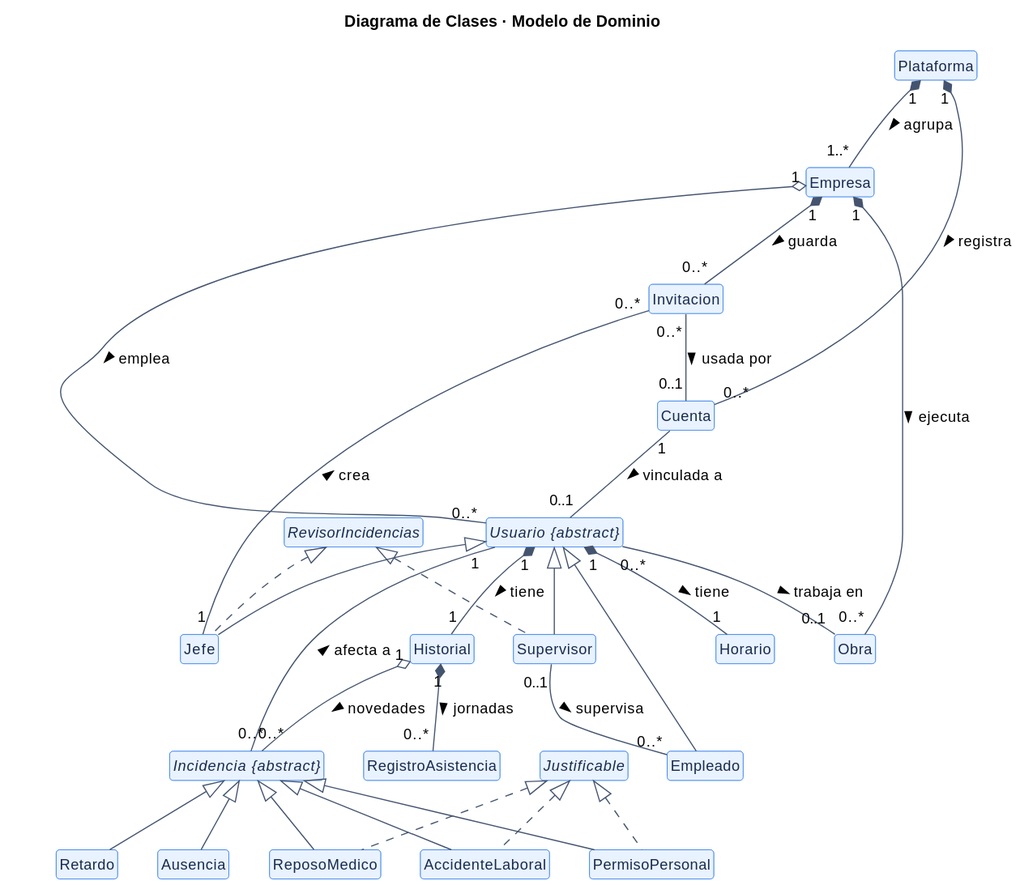
Above: docs/diagramas/img/clases_dominio.svg in diavolo34/Proyecto-Poo (PlantUML), before the change.
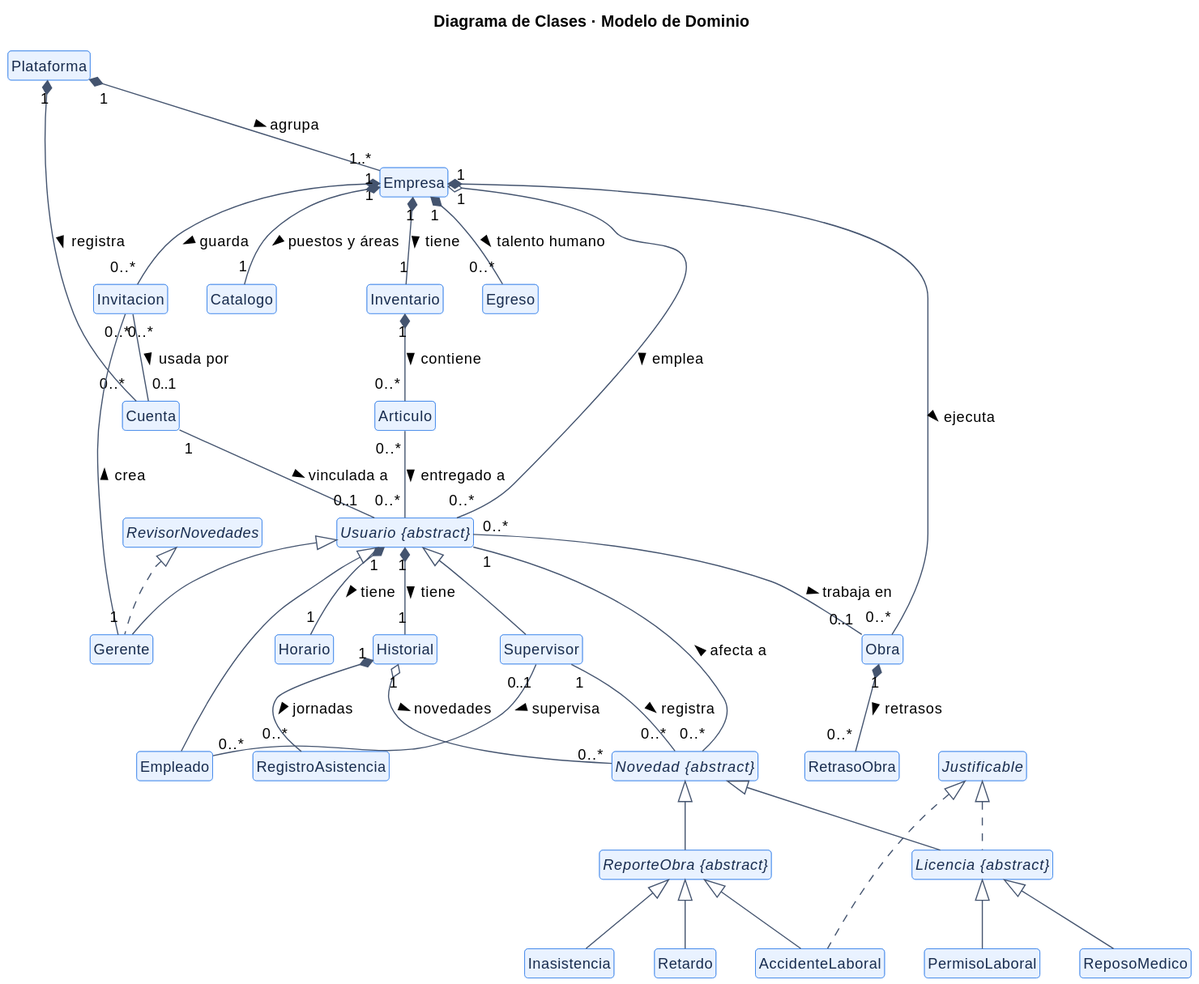
The same file after the commit.

Change to the diagram source:
```diff
@@ -12,18 +12,25 @@
 abstract class "Usuario {abstract}" as Usuario
 class Empleado
 class Supervisor
-class Jefe
+class Gerente
 class Horario
 class Historial
 class RegistroAsistencia
-abstract class "Incidencia {abstract}" as Incidencia
+abstract class "Novedad {abstract}" as Novedad
+abstract class "Licencia {abstract}" as Licencia
+abstract class "ReporteObra {abstract}" as ReporteObra
+class PermisoLaboral
 class ReposoMedico
-class PermisoPersonal
 class Retardo
 class AccidenteLaboral
-class Ausencia
+class Inasistencia
 interface Justificable
-interface RevisorIncidencias
+interface RevisorNovedades
+class Catalogo
+class Inventario
+class Articulo
+class Egreso
+class RetrasoObra
 
 Plataforma "1" *-- "1..*" Empresa : agrupa >
 Plataforma "1" *-- "0..*" Cuenta : registra >
@@ -32,25 +39,32 @@
 Empresa "1" *-- "0..*" Invitacion : guarda >
 Usuario <|-- Empleado
 Usuario <|-- Supervisor
-Usuario <|-- Jefe
+Usuario <|-- Gerente
 Usuario "1" *-- "1" Horario : tiene >
 Usuario "1" *-- "1" Historial : tiene >
 Historial "1" *-- "0..*" RegistroAsistencia : jornadas >
-Historial "1" o-- "0..*" Incidencia : novedades >
+Historial "1" o-- "0..*" Novedad : novedades >
 Usuario "0..*" -- "0..1" Obra : trabaja en >
 Supervisor "0..1" -- "0..*" Empleado : supervisa >
 Cuenta "1" -- "0..1" Usuario : vinculada a >
-Jefe "1" -- "0..*" Invitacion : crea >
+Gerente "1" -- "0..*" Invitacion : crea >
 Invitacion "0..*" -- "0..1" Cuenta : usada por >
-Incidencia "0..*" -- "1" Usuario : afecta a >
-Incidencia <|-- ReposoMedico
-Incidencia <|-- PermisoPersonal
-Incidencia <|-- Retardo
-Incidencia <|-- AccidenteLaboral
-Incidencia <|-- Ausencia
-Justificable <|.. ReposoMedico
-Justificable <|.. PermisoPersonal
+Novedad "0..*" -- "1" Usuario : afecta a >
+Novedad <|-- Licencia
+Novedad <|-- ReporteObra
+Licencia <|-- PermisoLaboral
+Licencia <|-- ReposoMedico
+ReporteObra <|-- Retardo
+ReporteObra <|-- AccidenteLaboral
+ReporteObra <|-- Inasistencia
+Justificable <|.. Licencia
 Justificable <|.. AccidenteLaboral
-RevisorIncidencias <|.. Supervisor
-RevisorIncidencias <|.. Jefe
+RevisorNovedades <|.. Gerente
+Supervisor "1" -- "0..*" Novedad : registra >
+Empresa "1" *-- "1" Catalogo : puestos y áreas >
+Empresa "1" *-- "1" Inventario : tiene >
+Inventario "1" *-- "0..*" Articulo : contiene >
+Articulo "0..*" -- "0..*" Usuario : entregado a >
+Empresa "1" *-- "0..*" Egreso : talento humano >
+Obra "1" *-- "0..*" RetrasoObra : retrasos >
 @enduml
```
